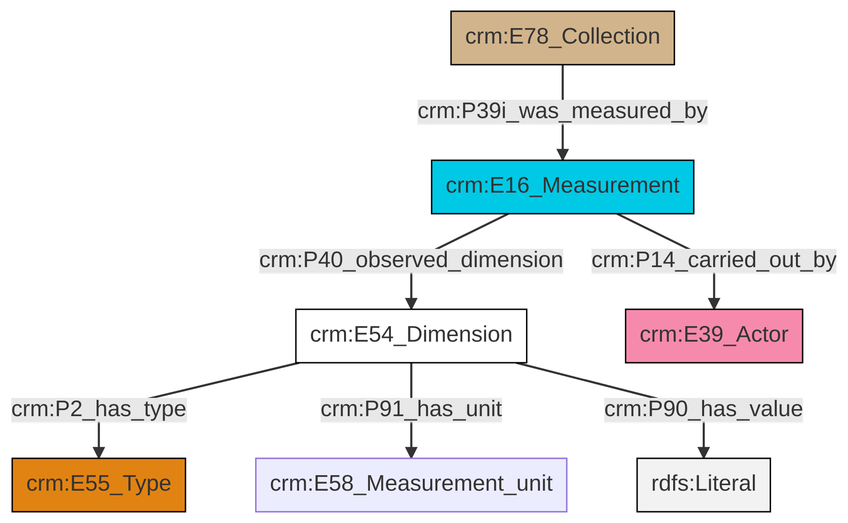
Earlier version of the Mermaid export et/archivalCSV/ttl/mmd/png/archival_substance.png (swiss-art-research-net/docs.swissartresearch). Its source is kept beside it as et/archivalCSV/ttl/mmd/archival_substance.ttl.mmd.
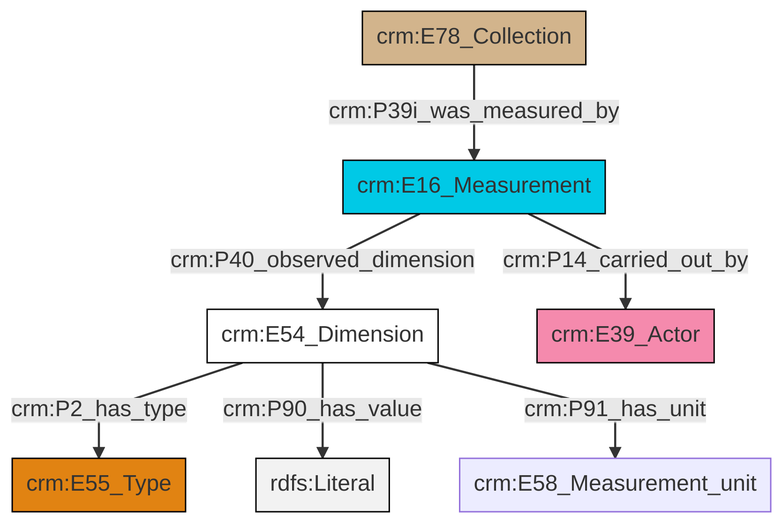
The same diagram one commit later.

Change to the diagram source:
```diff
@@ -13,9 +13,9 @@
 classDef PC_Classes fill:#4ce600, stroke:#000000;
 classDef Multi fill:#cccccc,stroke:#000000;
 
-0["crm:E54_Dimension"]:::CRM_Entity -->|crm:P2_has_type| 2["crm:E55_Type"]:::Type
-3["crm:E16_Measurement"]:::Temporal_Entity -->|crm:P14_carried_out_by| 4["crm:E39_Actor"]:::Actor
-5["crm:E78_Collection"]:::Physical_Thing -->|crm:P39i_was_measured_by| 3["crm:E16_Measurement"]:::Temporal_Entity
-0["crm:E54_Dimension"]:::CRM_Entity -->|crm:P91_has_unit| 7["crm:E58_Measurement_unit"]:::Default
+0["crm:E54_Dimension"]:::CRM_Entity -->|crm:P2_has_type| 1["crm:E55_Type"]:::Type
+2["crm:E16_Measurement"]:::Temporal_Entity -->|crm:P14_carried_out_by| 3["crm:E39_Actor"]:::Actor
 0["crm:E54_Dimension"]:::CRM_Entity -->|crm:P90_has_value| 8[rdfs:Literal]:::Literal
-3["crm:E16_Measurement"]:::Temporal_Entity -->|crm:P40_observed_dimension| 0["crm:E54_Dimension"]:::CRM_Entity
+0["crm:E54_Dimension"]:::CRM_Entity -->|crm:P91_has_unit| 9["crm:E58_Measurement_unit"]:::Default
+5["crm:E78_Collection"]:::Physical_Thing -->|crm:P39i_was_measured_by| 2["crm:E16_Measurement"]:::Temporal_Entity
+2["crm:E16_Measurement"]:::Temporal_Entity -->|crm:P40_observed_dimension| 0["crm:E54_Dimension"]:::CRM_Entity
```
